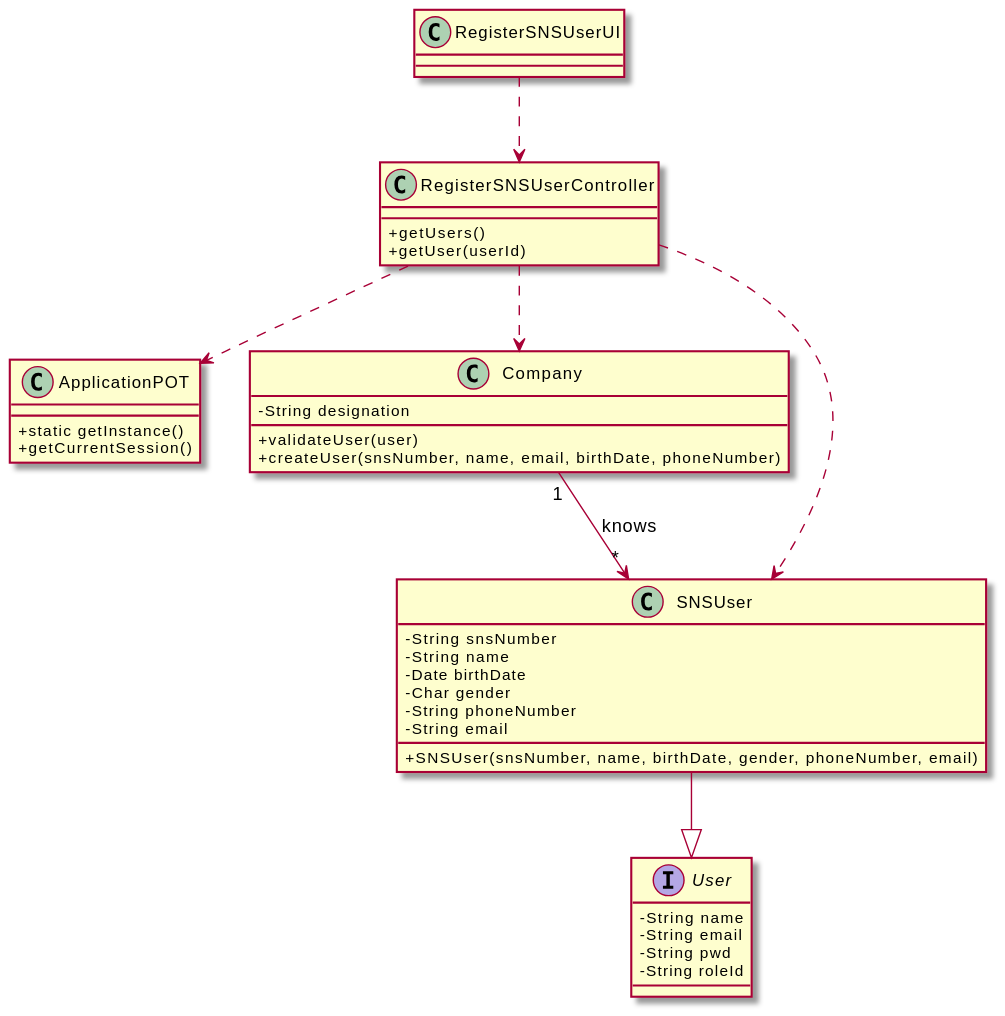
This is docs/SprintB/US03/CD/US03_CD.svg from miseEnPlace-i/lapr2, a PlantUML export, as it was before one commit.
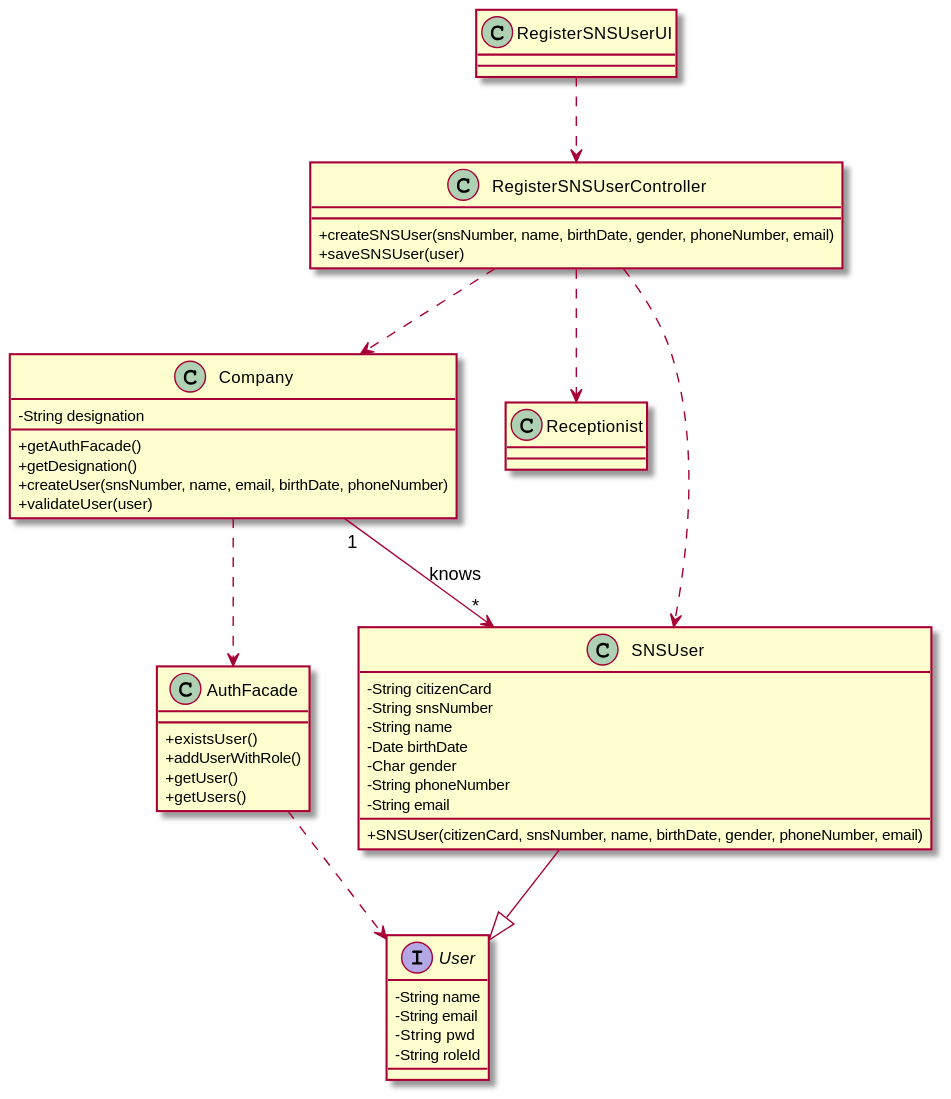
After the commit.

The edit, as a diff of the source:
```diff
@@ -1,32 +1,42 @@
 @startuml Class Diagram
 skinparam classAttributeIconSize 0
 
-class ApplicationPOT {
-  + static getInstance()
-  + getCurrentSession()
+
+class AuthFacade {
+  + existsUser()
+  + addUserWithRole()
+  + getUser()
+  + getUsers()
 }
 
 class Company {
   - String designation
+  + getAuthFacade()
+  + getDesignation()
+  + createUser(snsNumber, name, email, birthDate, phoneNumber)
   + validateUser(user)
-  + createUser(snsNumber, name, email, birthDate, phoneNumber)
+}
+
+class Receptionist {
+
 }
 
 class RegisterSNSUserController {
-  + getUsers()
-  + getUser(userId)
+  + createSNSUser(snsNumber, name, birthDate, gender, phoneNumber, email)
+  + saveSNSUser(user)
 }
 
 class RegisterSNSUserUI { }
 
 class SNSUser {
+  - String citizenCard
   - String snsNumber
   - String name
   - Date birthDate
   - Char gender
   - String phoneNumber
   - String email
-  + SNSUser(snsNumber, name, birthDate, gender, phoneNumber, email)
+  + SNSUser(citizenCard, snsNumber, name, birthDate, gender, phoneNumber, email)
 }
 
 interface User {
@@ -37,10 +47,13 @@
 }
 
 
+AuthFacade ..> User
+
 Company "1" --> "*" SNSUser : knows
+Company ..> AuthFacade
 
-RegisterSNSUserController ..> ApplicationPOT
 RegisterSNSUserController ..> Company
+RegisterSNSUserController ..> Receptionist
 RegisterSNSUserController ..> SNSUser
 
 RegisterSNSUserUI ..> RegisterSNSUserController
```
